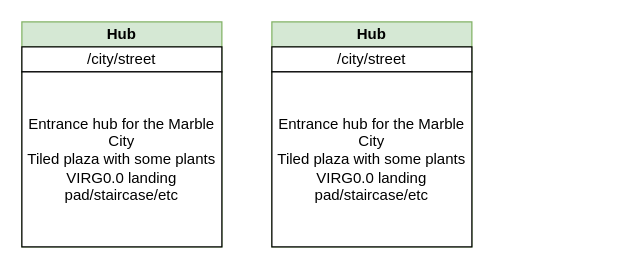
This is misc/Untitled Diagram.drawio from PrestoPesto/prestopesto.github.io, a draw.io file, before an edit. Source tidied: cells renumbered, new cells numbered last; positions are measured from the earlier drawing's top-left corner, leaving out a move shared by most shapes. Both pictures are drawn from the tidied source at 125%, with x=0, y=0 at pixel (21, 21).
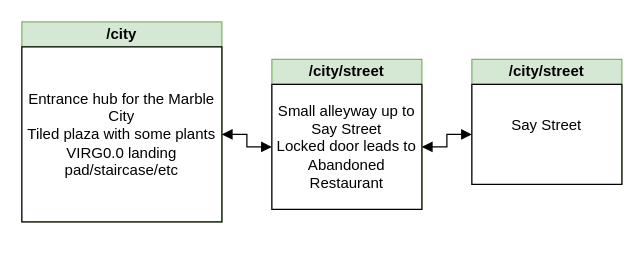
The same page after the edit.

Change to the diagram source:
```diff
@@
 <mxGraphModel>
   <root>
     <mxCell id="0" />
     <mxCell id="1" parent="0" />
-    <mxCell id="2" value="Hub" style="swimlane;whiteSpace=wrap;html=1;startSize=20;fillColor=#d5e8d4;strokeColor=#82b366;" parent="1" vertex="1">
-      <mxGeometry width="160" height="180" as="geometry" />
+    <mxCell id="2" value="/city" style="swimlane;whiteSpace=wrap;html=1;startSize=20;fillColor=#d5e8d4;strokeColor=#82b366;" parent="1" vertex="1">
+      <mxGeometry width="160" height="160" as="geometry" />
     </mxCell>
-    <mxCell id="3" value="/city/street" style="rounded=0;whiteSpace=wrap;html=1;" parent="2" vertex="1">
-      <mxGeometry y="20" width="160" height="20" as="geometry" />
-    </mxCell>
-    <mxCell id="4" value="Entrance hub for the Marble City&lt;div&gt;Tiled plaza with some plants&lt;/div&gt;&lt;div&gt;VIRG0.0 landing pad/staircase/etc&lt;/div&gt;" style="rounded=0;whiteSpace=wrap;html=1;" parent="2" vertex="1">
-      <mxGeometry y="40" width="160" height="140" as="geometry" />
+    <mxCell id="4" value="&lt;div style=&quot;&quot;&gt;&lt;span style=&quot;background-color: initial;&quot;&gt;Entrance hub for the Marble City&lt;/span&gt;&lt;/div&gt;&lt;div style=&quot;&quot;&gt;Tiled plaza with some plants&lt;/div&gt;&lt;div style=&quot;&quot;&gt;VIRG0.0 landing pad/staircase/etc&lt;/div&gt;" style="rounded=0;whiteSpace=wrap;html=1;align=center;" parent="2" vertex="1">
+      <mxGeometry y="20" width="160" height="140" as="geometry" />
     </mxCell>
-    <mxCell id="5" value="Hub" style="swimlane;whiteSpace=wrap;html=1;startSize=20;fillColor=#d5e8d4;strokeColor=#82b366;" parent="1" vertex="1">
-      <mxGeometry x="200" width="160" height="180" as="geometry" />
+    <mxCell id="5" value="/city/street" style="swimlane;whiteSpace=wrap;html=1;startSize=20;fillColor=#d5e8d4;strokeColor=#82b366;" parent="1" vertex="1">
+      <mxGeometry x="200" y="30" width="120" height="120" as="geometry" />
     </mxCell>
-    <mxCell id="6" value="/city/street" style="rounded=0;whiteSpace=wrap;html=1;" parent="5" vertex="1">
-      <mxGeometry y="20" width="160" height="20" as="geometry" />
-    </mxCell>
-    <mxCell id="7" value="Entrance hub for the Marble City&lt;div&gt;Tiled plaza with some plants&lt;/div&gt;&lt;div&gt;VIRG0.0 landing pad/staircase/etc&lt;/div&gt;" style="rounded=0;whiteSpace=wrap;html=1;" parent="5" vertex="1">
-      <mxGeometry y="40" width="160" height="140" as="geometry" />
+    <mxCell id="7" value="Small alleyway up to Say Street&lt;div&gt;Locked door leads to Abandoned Restaurant&lt;/div&gt;" style="rounded=0;whiteSpace=wrap;html=1;" parent="5" vertex="1">
+      <mxGeometry y="20" width="120" height="100" as="geometry" />
     </mxCell>
+    <mxCell id="8" style="edgeStyle=orthogonalEdgeStyle;rounded=0;jettySize=auto;html=1;exitX=1;exitY=0.5;exitDx=0;exitDy=0;entryX=0;entryY=0.5;entryDx=0;entryDy=0;strokeWidth=1;endArrow=block;endFill=1;startArrow=block;startFill=1;" parent="1" edge="1" source="4" target="7">
+      <mxGeometry relative="1" as="geometry" />
+    </mxCell>
+    <mxCell id="9" value="/city/street" style="swimlane;whiteSpace=wrap;html=1;startSize=20;fillColor=#d5e8d4;strokeColor=#82b366;" parent="1" vertex="1">
+      <mxGeometry x="360" y="30" width="120" height="100" as="geometry" />
+    </mxCell>
+    <mxCell id="10" value="Say Street&lt;div&gt;&lt;br&gt;&lt;/div&gt;" style="rounded=0;whiteSpace=wrap;html=1;" parent="9" vertex="1">
+      <mxGeometry y="20" width="120" height="80" as="geometry" />
+    </mxCell>
+    <mxCell id="11" style="edgeStyle=orthogonalEdgeStyle;rounded=0;jettySize=auto;html=1;exitX=1;exitY=0.5;exitDx=0;exitDy=0;entryX=0;entryY=0.5;entryDx=0;entryDy=0;strokeColor=default;strokeWidth=1;align=center;verticalAlign=middle;fontFamily=Helvetica;fontSize=11;fontColor=default;labelBackgroundColor=default;startArrow=block;startFill=1;endArrow=block;endFill=1;" parent="1" edge="1" source="7" target="10">
+      <mxGeometry relative="1" as="geometry" />
+    </mxCell>
   </root>
 </mxGraphModel>
```
